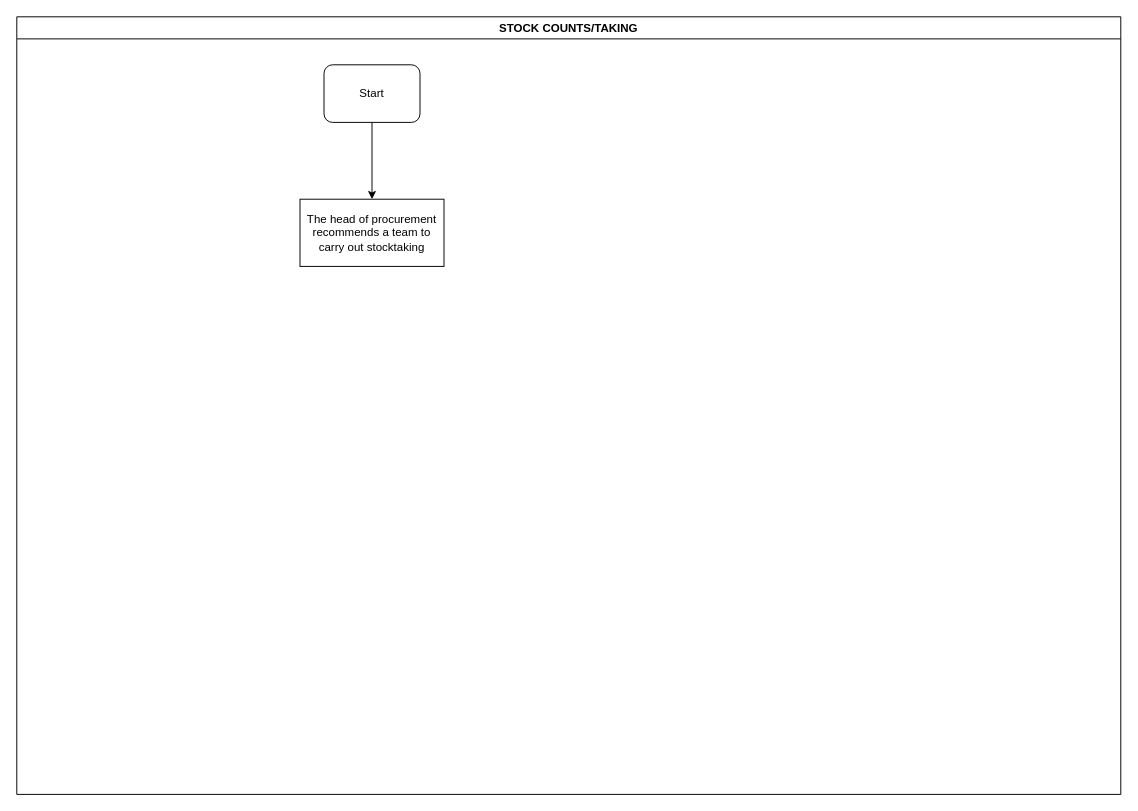
Above: LC-PROC-STOCK TAKING.drawio in kmagua/flowcharts (draw.io), before the change. Source tidied: cells renumbered, new cells numbered last; positions are measured from the earlier drawing's top-left corner, leaving out a move shared by most shapes. Both pictures are drawn from the tidied source at 96%, with x=0, y=0 at pixel (16, 16).
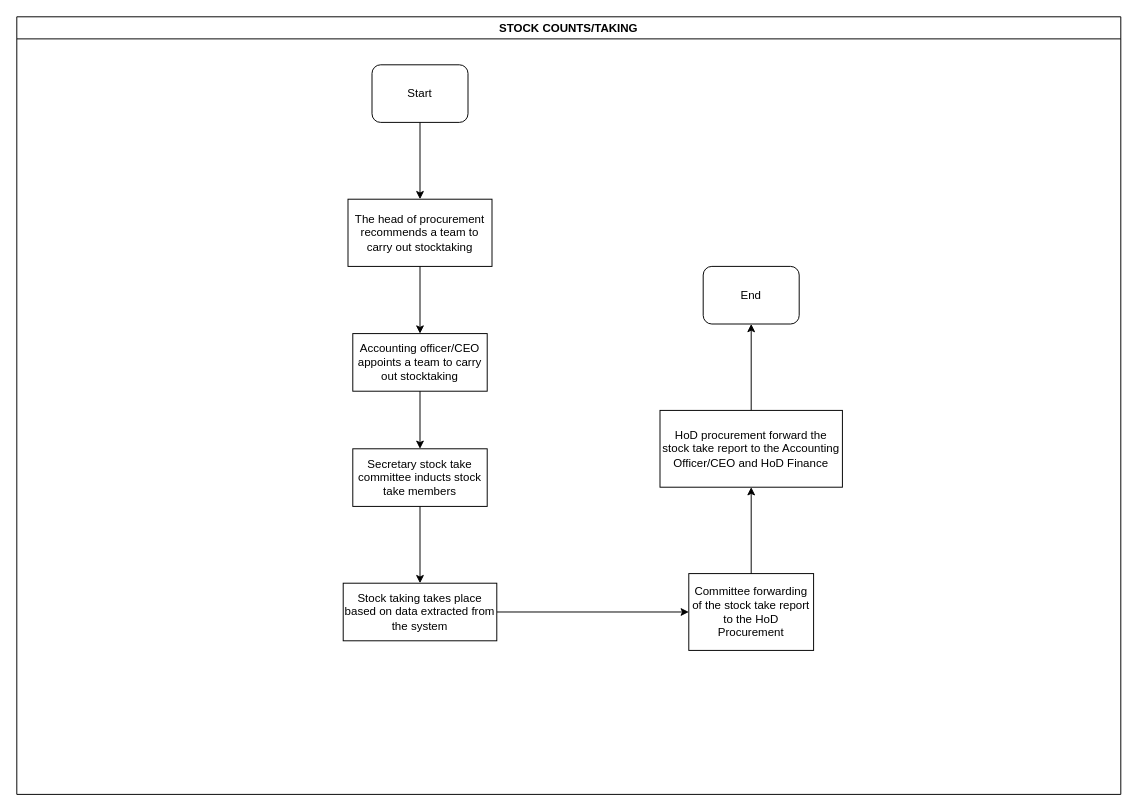
The same diagram, later.

Diff of the diagram source:
```diff
@@
 <mxGraphModel>
   <root>
     <mxCell id="0" />
     <mxCell id="1" parent="0" />
     <mxCell id="2" value="STOCK COUNTS/TAKING" style="swimlane;" parent="1" vertex="1">
       <mxGeometry width="1150" height="810" as="geometry" />
     </mxCell>
     <mxCell id="3" value="Start" style="rounded=1;whiteSpace=wrap;html=1;" parent="2" vertex="1">
-      <mxGeometry x="320" y="50" width="100" height="60" as="geometry" />
+      <mxGeometry x="370" y="50" width="100" height="60" as="geometry" />
     </mxCell>
     <mxCell id="4" value="The head of procurement recommends a team to carry out stocktaking" style="rounded=0;whiteSpace=wrap;html=1;" parent="2" vertex="1">
-      <mxGeometry x="295" y="190" width="150" height="70" as="geometry" />
+      <mxGeometry x="345" y="190" width="150" height="70" as="geometry" />
     </mxCell>
     <mxCell id="5" style="edgeStyle=orthogonalEdgeStyle;rounded=0;jettySize=auto;html=1;entryX=0.5;entryY=0;entryDx=0;entryDy=0;" parent="2" edge="1" source="3" target="4">
       <mxGeometry relative="1" as="geometry" />
     </mxCell>
+    <mxCell id="6" value="Accounting officer/CEO appoints a team to carry out stocktaking" style="whiteSpace=wrap;html=1;rounded=0;" parent="2" vertex="1">
+      <mxGeometry x="350" y="330" width="140" height="60" as="geometry" />
+    </mxCell>
+    <mxCell id="7" style="edgeStyle=orthogonalEdgeStyle;rounded=0;jettySize=auto;html=1;" parent="2" edge="1" source="4" target="6">
+      <mxGeometry relative="1" as="geometry" />
+    </mxCell>
+    <mxCell id="8" value="Secretary stock take committee inducts stock take members" style="whiteSpace=wrap;html=1;rounded=0;" parent="2" vertex="1">
+      <mxGeometry x="350" y="450" width="140" height="60" as="geometry" />
+    </mxCell>
+    <mxCell id="9" style="edgeStyle=orthogonalEdgeStyle;rounded=0;jettySize=auto;html=1;" parent="2" edge="1" source="6" target="8">
+      <mxGeometry relative="1" as="geometry" />
+    </mxCell>
+    <mxCell id="10" value="Committee forwarding of the stock take report to the HoD Procurement" style="whiteSpace=wrap;html=1;rounded=0;" parent="2" vertex="1">
+      <mxGeometry x="700" y="580" width="130" height="80" as="geometry" />
+    </mxCell>
+    <mxCell id="11" value="End" style="rounded=1;whiteSpace=wrap;html=1;" parent="2" vertex="1">
+      <mxGeometry x="715" y="260" width="100" height="60" as="geometry" />
+    </mxCell>
+    <mxCell id="12" style="edgeStyle=orthogonalEdgeStyle;rounded=0;jettySize=auto;html=1;" parent="1" edge="1" source="13" target="10">
+      <mxGeometry relative="1" as="geometry" />
+    </mxCell>
+    <mxCell id="13" value="Stock taking takes place based on data extracted from the system" style="whiteSpace=wrap;html=1;rounded=0;" parent="1" vertex="1">
+      <mxGeometry x="340" y="590" width="160" height="60" as="geometry" />
+    </mxCell>
+    <mxCell id="14" style="edgeStyle=orthogonalEdgeStyle;rounded=0;jettySize=auto;html=1;" parent="1" edge="1" source="8" target="13">
+      <mxGeometry relative="1" as="geometry" />
+    </mxCell>
+    <mxCell id="15" style="edgeStyle=orthogonalEdgeStyle;rounded=0;jettySize=auto;html=1;entryX=0.5;entryY=1;entryDx=0;entryDy=0;" parent="1" edge="1" source="16" target="11">
+      <mxGeometry relative="1" as="geometry" />
+    </mxCell>
+    <mxCell id="16" value="HoD procurement forward the stock take report to the Accounting Officer/CEO and HoD Finance" style="whiteSpace=wrap;html=1;rounded=0;" parent="1" vertex="1">
+      <mxGeometry x="670" y="410" width="190" height="80" as="geometry" />
+    </mxCell>
+    <mxCell id="17" style="edgeStyle=orthogonalEdgeStyle;rounded=0;jettySize=auto;html=1;" parent="1" edge="1" source="10" target="16">
+      <mxGeometry relative="1" as="geometry" />
+    </mxCell>
   </root>
 </mxGraphModel>
```
